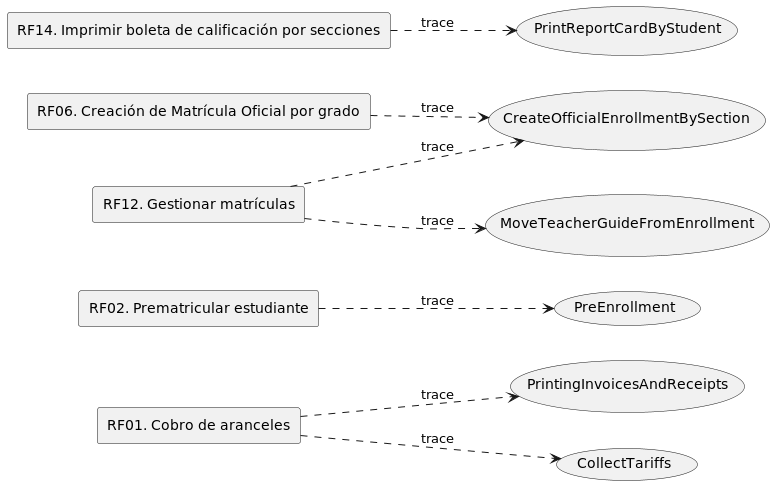
The PlantUML diagram out/UseCaseView/TRACE.Requisites-x-UseCase.png in wsmcbl/wsmcbl.doc, before a commit.
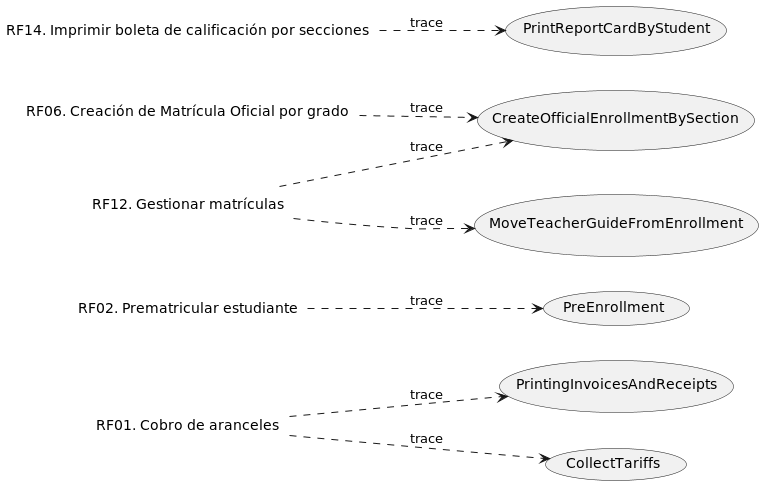
Above is the later version.

Change to the diagram source:
```diff
@@ -2,11 +2,11 @@
 skinparam BackgroundColor transparent
 left to right direction
 
-rectangle RF01 as "RF01. Cobro de aranceles"
-rectangle RF02 as "RF02. Prematricular estudiante"
-rectangle RF06 as "RF06. Creación de Matrícula Oficial por grado"
-rectangle RF12 as "RF12. Gestionar matrículas"
-rectangle RF14 as "RF14. Imprimir boleta de calificación por secciones"
+label RF01 as "RF01. Cobro de aranceles"
+label RF02 as "RF02. Prematricular estudiante"
+label RF06 as "RF06. Creación de Matrícula Oficial por grado"
+label RF12 as "RF12. Gestionar matrículas"
+label RF14 as "RF14. Imprimir boleta de calificación por secciones"
 
 usecase CU01 as "PreEnrollment"
 usecase CU05 as "CreateOfficialEnrollmentBySection"
```
